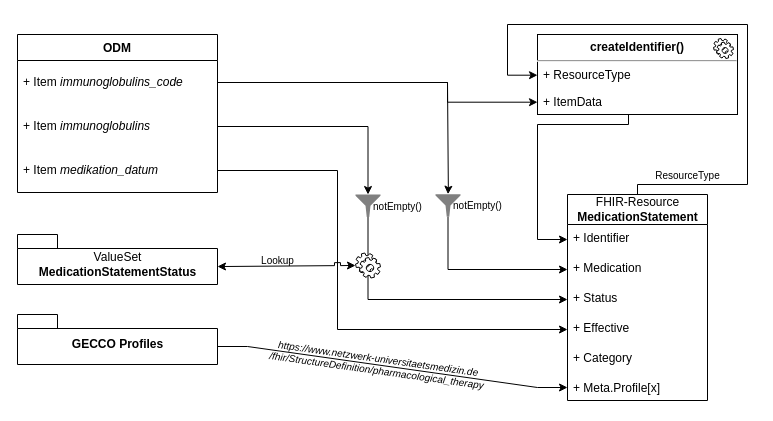
Above: docs/diagrams/draw-io/medication/Immunoglobulins.drawio in num-codex/odm2fhir (draw.io), before the change. Source tidied: cells renumbered, new cells numbered last; positions are measured from the earlier drawing's top-left corner, leaving out a move shared by most shapes. Both pictures are drawn from the tidied source at 100%, with x=0, y=0 at pixel (17, 24).
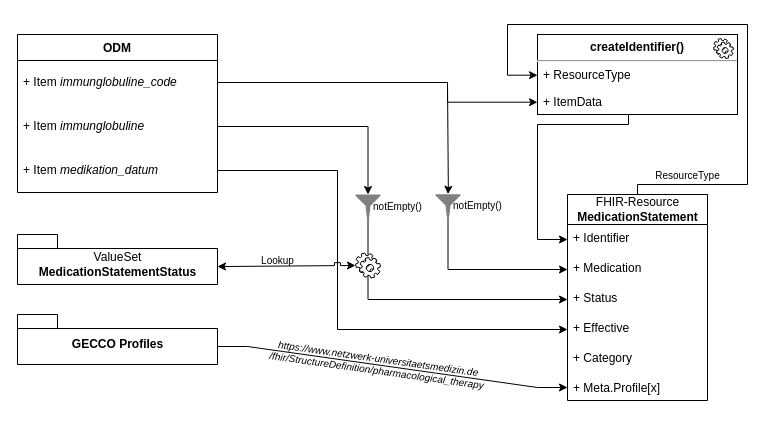
The same diagram, later.

The change refers to these unchanged cells:
```xml
<mxCell id="14" value="ODM" style="swimlane;fontStyle=1;horizontal=1;startSize=26;fillColor=none;" parent="1" vertex="1">
  <mxGeometry y="10" width="200" height="158" as="geometry" />
</mxCell>
```

What changed in the source:
```diff
@@
-    <mxCell id="15" value="+ Item &lt;i&gt;immunoglobulins_code&lt;/i&gt;" style="text;strokeColor=none;fillColor=none;align=left;verticalAlign=middle;spacingLeft=4;spacingRight=4;overflow=hidden;points=[[0,0.5],[1,0.5]];portConstraint=eastwest;fontStyle=0;whiteSpace=wrap;html=1;" parent="14" vertex="1">
+    <mxCell id="15" value="+ Item &lt;i&gt;immunglobuline_code&lt;/i&gt;" style="text;strokeColor=none;fillColor=none;align=left;verticalAlign=middle;spacingLeft=4;spacingRight=4;overflow=hidden;points=[[0,0.5],[1,0.5]];portConstraint=eastwest;fontStyle=0;whiteSpace=wrap;html=1;" parent="14" vertex="1">
       <mxGeometry y="26" width="200" height="44" as="geometry" />
     </mxCell>
-    <mxCell id="16" value="+ Item&amp;nbsp;&lt;i&gt;immunoglobulins&lt;/i&gt;" style="text;strokeColor=none;fillColor=none;align=left;verticalAlign=middle;spacingLeft=4;spacingRight=4;overflow=hidden;points=[[0,0.5],[1,0.5]];portConstraint=eastwest;fontStyle=0;whiteSpace=wrap;html=1;" parent="14" vertex="1">
+    <mxCell id="16" value="+ Item&amp;nbsp;&lt;i&gt;immunglobuline&lt;/i&gt;" style="text;strokeColor=none;fillColor=none;align=left;verticalAlign=middle;spacingLeft=4;spacingRight=4;overflow=hidden;points=[[0,0.5],[1,0.5]];portConstraint=eastwest;fontStyle=0;whiteSpace=wrap;html=1;" parent="14" vertex="1">
       <mxGeometry y="70" width="200" height="44" as="geometry" />
     </mxCell>
```
